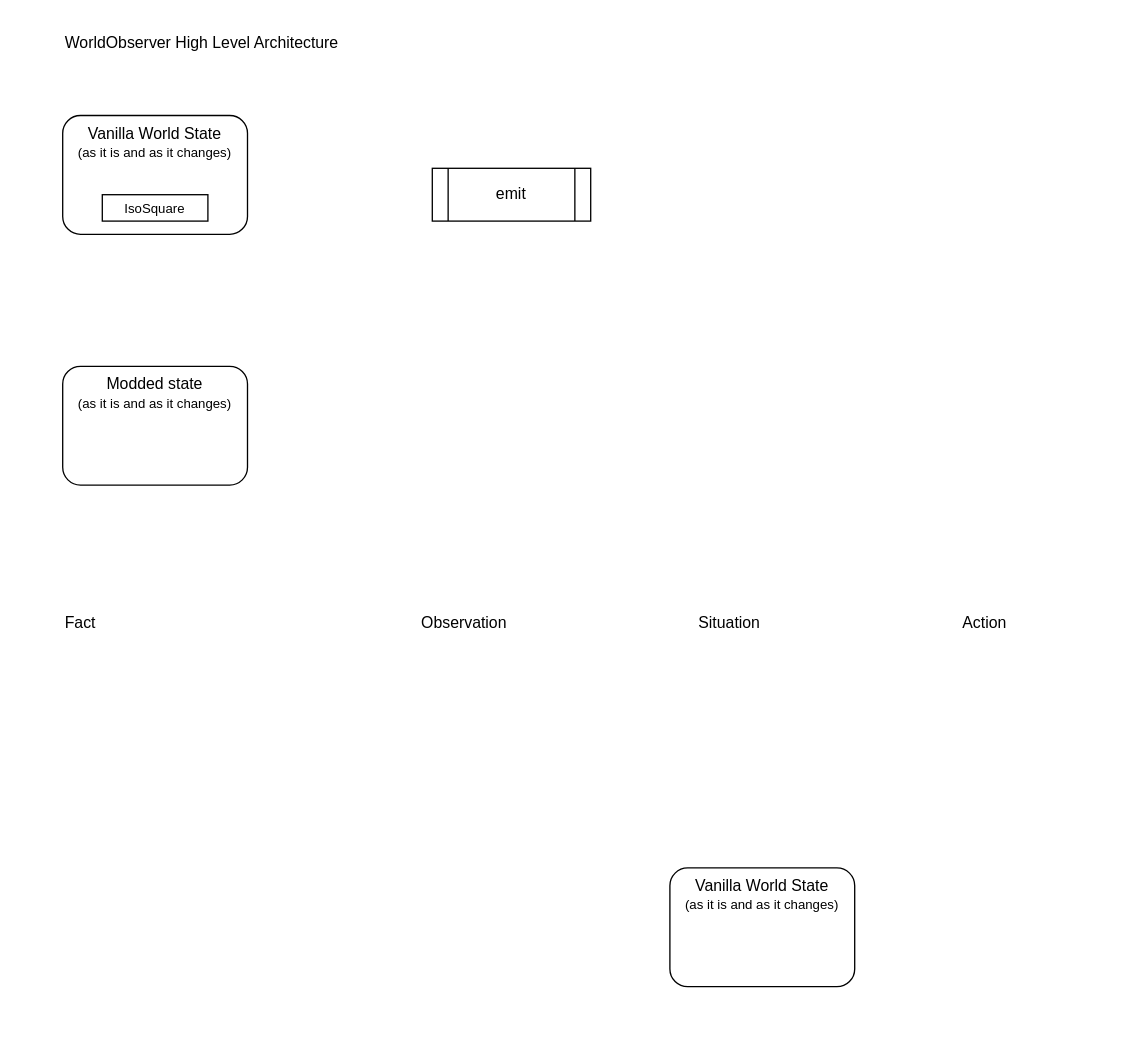
This is docs/diagrams/architecture.drawio from christophstrasen/WorldObserver, a draw.io file, before an edit. Source tidied: cells renumbered, new cells numbered last; positions are measured from the earlier drawing's top-left corner, leaving out a move shared by most shapes. Both pictures are drawn from the tidied source at 132%, with x=0, y=0 at pixel (62, 22).
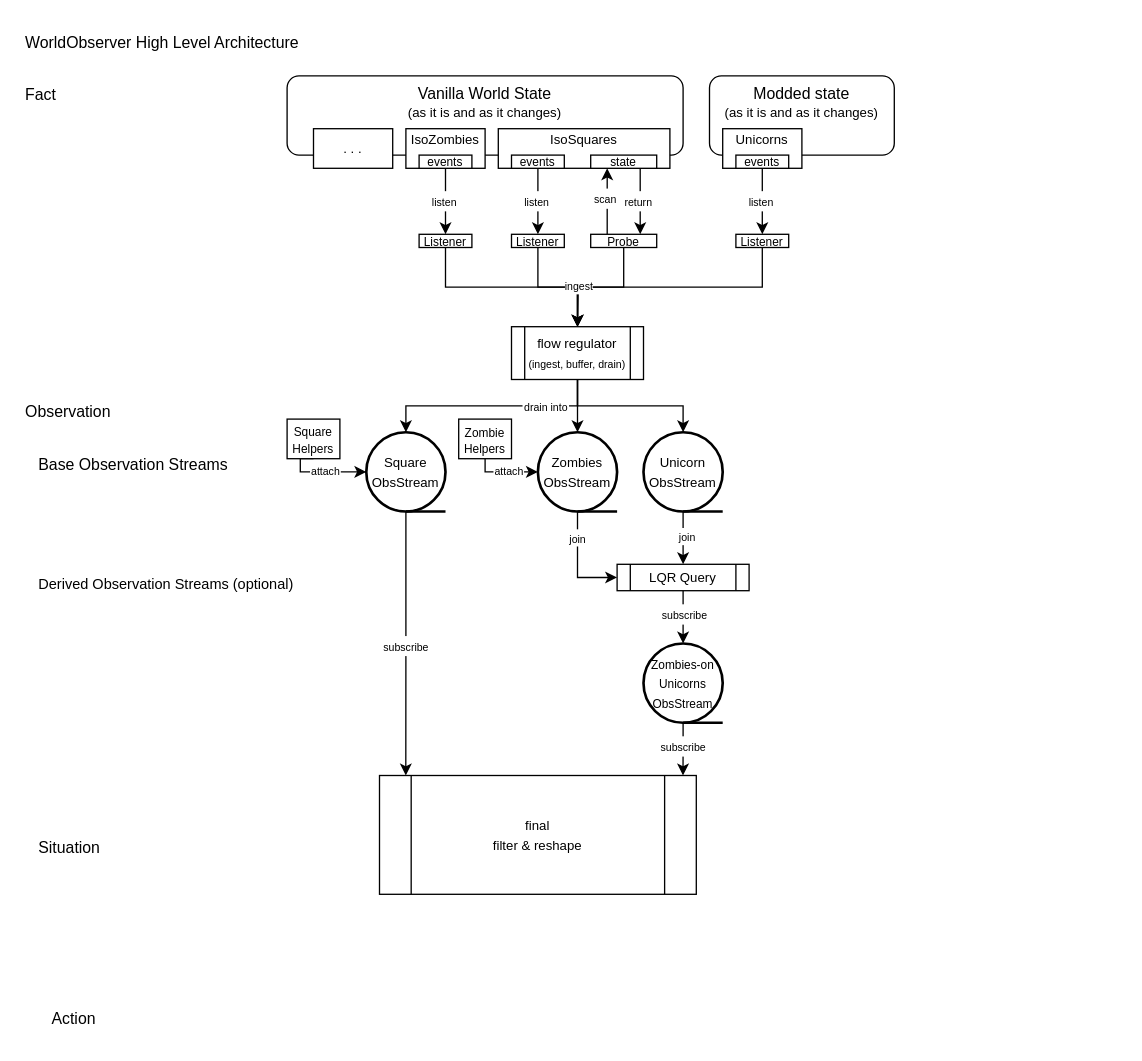
Above is the later version.

Commit message (it also covers changes not shown here):
Progress on architecture diagram

What changed in the source:
```diff
@@
     <mxCell id="2" value="WorldObserver High Level Architecture" style="text;html=1;align=left;verticalAlign=middle;whiteSpace=wrap;rounded=0;" parent="1" vertex="1">
-      <mxGeometry width="290" height="30" as="geometry" />
+      <mxGeometry x="-30" width="290" height="30" as="geometry" />
     </mxCell>
     <mxCell id="3" value="Vanilla World State&lt;div&gt;&lt;div&gt;&lt;font style=&quot;font-size: 10px;&quot;&gt;(as it is and as it changes)&lt;/font&gt;&lt;/div&gt;&lt;/div&gt;" style="rounded=1;whiteSpace=wrap;html=1;verticalAlign=top;" parent="1" vertex="1">
-      <mxGeometry y="70" width="140" height="90" as="geometry" />
+      <mxGeometry x="170" y="40" width="300" height="60" as="geometry" />
     </mxCell>
     <mxCell id="4" value="Fact" style="text;html=1;align=left;verticalAlign=middle;whiteSpace=wrap;rounded=0;" parent="1" vertex="1">
-      <mxGeometry y="440" width="120" height="30" as="geometry" />
+      <mxGeometry x="-30" y="40" width="120" height="30" as="geometry" />
     </mxCell>
     <mxCell id="5" value="Observation" style="text;html=1;align=left;verticalAlign=middle;whiteSpace=wrap;rounded=0;" parent="1" vertex="1">
-      <mxGeometry x="270" y="440" width="120" height="30" as="geometry" />
+      <mxGeometry x="-30" y="280" width="120" height="30" as="geometry" />
     </mxCell>
     <mxCell id="6" value="Situation" style="text;html=1;align=left;verticalAlign=middle;whiteSpace=wrap;rounded=0;" parent="1" vertex="1">
-      <mxGeometry x="480" y="440" width="120" height="30" as="geometry" />
+      <mxGeometry x="-20" y="610" width="70" height="30" as="geometry" />
     </mxCell>
     <mxCell id="7" value="Action" style="text;html=1;align=left;verticalAlign=middle;whiteSpace=wrap;rounded=0;" parent="1" vertex="1">
-      <mxGeometry x="680" y="440" width="120" height="30" as="geometry" />
+      <mxGeometry x="-10" y="740" width="50" height="30" as="geometry" />
     </mxCell>
     <mxCell id="8" value="Modded state&lt;div&gt;&lt;span style=&quot;font-size: 10px;&quot;&gt;(as it is and as it changes)&lt;/span&gt;&lt;/div&gt;" style="rounded=1;whiteSpace=wrap;html=1;verticalAlign=top;" parent="1" vertex="1">
-      <mxGeometry y="260" width="140" height="90" as="geometry" />
+      <mxGeometry x="490" y="40" width="140" height="60" as="geometry" />
     </mxCell>
-    <mxCell id="9" value="&lt;font style=&quot;font-size: 10px;&quot;&gt;IsoSquare&lt;/font&gt;" style="rounded=0;whiteSpace=wrap;html=1;" parent="1" vertex="1">
-      <mxGeometry x="30" y="130" width="80" height="20" as="geometry" />
+    <mxCell id="9" value="&lt;font style=&quot;font-size: 10px;&quot;&gt;IsoSquares&lt;/font&gt;&lt;div&gt;&lt;font style=&quot;font-size: 10px;&quot;&gt;&lt;br&gt;&lt;/font&gt;&lt;/div&gt;" style="rounded=0;whiteSpace=wrap;html=1;" parent="1" vertex="1">
+      <mxGeometry x="330" y="80" width="130" height="30" as="geometry" />
     </mxCell>
-    <mxCell id="10" value="Vanilla World State&lt;div&gt;&lt;div&gt;&lt;font style=&quot;font-size: 10px;&quot;&gt;(as it is and as it changes)&lt;/font&gt;&lt;/div&gt;&lt;/div&gt;" style="rounded=1;whiteSpace=wrap;html=1;verticalAlign=top;" parent="1" vertex="1">
-      <mxGeometry x="460" y="640" width="140" height="90" as="geometry" />
-    </mxCell>
-    <mxCell id="11" value="emit" style="shape=process;whiteSpace=wrap;html=1;backgroundOutline=1;" parent="1" vertex="1">
-      <mxGeometry x="280" y="110" width="120" height="40" as="geometry" />
+    <mxCell id="11" value="&lt;div&gt;&lt;span style=&quot;background-color: transparent; color: light-dark(rgb(0, 0, 0), rgb(255, 255, 255));&quot;&gt;&lt;font style=&quot;font-size: 10px;&quot;&gt;flow regulator&lt;/font&gt;&lt;/span&gt;&lt;/div&gt;&lt;div&gt;&lt;span style=&quot;background-color: transparent; color: light-dark(rgb(0, 0, 0), rgb(255, 255, 255));&quot;&gt;&lt;font style=&quot;font-size: 8px;&quot;&gt;(ingest, buffer, drain)&lt;/font&gt;&lt;/span&gt;&lt;/div&gt;" style="shape=process;whiteSpace=wrap;html=1;backgroundOutline=1;" parent="1" vertex="1">
+      <mxGeometry x="340" y="230" width="100" height="40" as="geometry" />
     </mxCell>
+    <mxCell id="12" value="&lt;div&gt;&lt;font style=&quot;font-size: 9px;&quot;&gt;Listener&lt;/font&gt;&lt;/div&gt;" style="rounded=0;whiteSpace=wrap;html=1;" parent="1" vertex="1">
+      <mxGeometry x="340" y="160" width="40" height="10" as="geometry" />
+    </mxCell>
+    <mxCell id="13" value="&lt;font style=&quot;font-size: 9px;&quot;&gt;Probe&lt;/font&gt;" style="rounded=0;whiteSpace=wrap;html=1;" parent="1" vertex="1">
+      <mxGeometry x="400" y="160" width="50" height="10" as="geometry" />
+    </mxCell>
+    <mxCell id="14" value="&lt;font style=&quot;font-size: 10px;&quot;&gt;Zombies&lt;/font&gt;&lt;div&gt;&lt;span style=&quot;font-size: 10px;&quot;&gt;ObsStream&lt;/span&gt;&lt;/div&gt;" style="strokeWidth=2;html=1;shape=mxgraph.flowchart.sequential_data;whiteSpace=wrap;" parent="1" vertex="1">
+      <mxGeometry x="360" y="310" width="60" height="60" as="geometry" />
+    </mxCell>
+    <mxCell id="15" style="edgeStyle=orthogonalEdgeStyle;rounded=0;jettySize=auto;html=1;exitX=0.5;exitY=1;exitDx=0;exitDy=0;" parent="1" edge="1" source="17">
+      <mxGeometry relative="1" as="geometry">
+        <mxPoint x="360" y="160" as="targetPoint" />
+      </mxGeometry>
+    </mxCell>
+    <mxCell id="16" value="&lt;span style=&quot;font-size: 8px;&quot;&gt;listen&lt;/span&gt;" style="edgeLabel;html=1;align=center;verticalAlign=middle;spacing=2;spacingBottom=5;spacingRight=0;labelBorderColor=light-dark(#FFFFFF,#EDEDED);" parent="15" vertex="1">
+      <mxGeometry x="0.05" relative="1" as="geometry">
+        <mxPoint x="-2" y="1" as="offset" />
+      </mxGeometry>
+    </mxCell>
+    <mxCell id="17" value="&lt;div&gt;&lt;font style=&quot;font-size: 9px;&quot;&gt;events&lt;/font&gt;&lt;/div&gt;" style="rounded=0;whiteSpace=wrap;html=1;" parent="1" vertex="1">
+      <mxGeometry x="340" y="100" width="40" height="10" as="geometry" />
+    </mxCell>
+    <mxCell id="18" value="&lt;div&gt;&lt;font style=&quot;font-size: 9px;&quot;&gt;state&lt;/font&gt;&lt;/div&gt;" style="rounded=0;whiteSpace=wrap;html=1;" parent="1" vertex="1">
+      <mxGeometry x="400" y="100" width="50" height="10" as="geometry" />
+    </mxCell>
+    <mxCell id="19" style="edgeStyle=orthogonalEdgeStyle;rounded=0;jettySize=auto;html=1;exitX=0.75;exitY=1;exitDx=0;exitDy=0;entryX=0.75;entryY=0;entryDx=0;entryDy=0;" parent="1" edge="1" source="18" target="13">
+      <mxGeometry relative="1" as="geometry" />
+    </mxCell>
+    <mxCell id="20" value="&lt;span style=&quot;font-size: 8px;&quot;&gt;return&lt;/span&gt;" style="edgeLabel;html=1;align=center;verticalAlign=middle;spacing=2;spacingBottom=5;spacingRight=0;labelBorderColor=light-dark(#FFFFFF,#EDEDED);" parent="19" vertex="1">
+      <mxGeometry x="0.05" relative="1" as="geometry">
+        <mxPoint x="-2" y="1" as="offset" />
+      </mxGeometry>
+    </mxCell>
+    <mxCell id="21" style="edgeStyle=orthogonalEdgeStyle;rounded=0;jettySize=auto;html=1;exitX=0.25;exitY=0;exitDx=0;exitDy=0;entryX=0.25;entryY=1;entryDx=0;entryDy=0;" parent="1" edge="1" source="13" target="18">
+      <mxGeometry relative="1" as="geometry" />
+    </mxCell>
+    <mxCell id="22" value="&lt;span style=&quot;font-size: 8px;&quot;&gt;scan&lt;/span&gt;" style="edgeLabel;html=1;align=center;verticalAlign=middle;spacing=2;spacingBottom=5;spacingRight=0;labelBorderColor=light-dark(#FFFFFF,#EDEDED);" parent="21" vertex="1">
+      <mxGeometry x="0.05" relative="1" as="geometry">
+        <mxPoint x="-2" y="1" as="offset" />
+      </mxGeometry>
+    </mxCell>
+    <mxCell id="23" style="edgeStyle=orthogonalEdgeStyle;rounded=0;jettySize=auto;html=1;entryX=0.5;entryY=0;entryDx=0;entryDy=0;exitX=0.5;exitY=1;exitDx=0;exitDy=0;" parent="1" edge="1" source="12" target="11">
+      <mxGeometry relative="1" as="geometry" />
+    </mxCell>
+    <mxCell id="24" style="edgeStyle=orthogonalEdgeStyle;rounded=0;jettySize=auto;html=1;entryX=0.5;entryY=0;entryDx=0;entryDy=0;exitX=0.5;exitY=1;exitDx=0;exitDy=0;" parent="1" edge="1" source="13" target="11">
+      <mxGeometry relative="1" as="geometry" />
+    </mxCell>
+    <mxCell id="25" style="edgeStyle=orthogonalEdgeStyle;rounded=0;jettySize=auto;html=1;exitX=0.5;exitY=1;exitDx=0;exitDy=0;entryX=0.5;entryY=0;entryDx=0;entryDy=0;entryPerimeter=0;" parent="1" edge="1" source="11" target="14">
+      <mxGeometry relative="1" as="geometry" />
+    </mxCell>
+    <mxCell id="26" value="&lt;div&gt;&lt;span style=&quot;background-color: transparent; color: light-dark(rgb(0, 0, 0), rgb(255, 255, 255));&quot;&gt;&lt;font style=&quot;font-size: 10px;&quot;&gt;final&lt;/font&gt;&lt;/span&gt;&lt;/div&gt;&lt;div&gt;&lt;span style=&quot;background-color: transparent; color: light-dark(rgb(0, 0, 0), rgb(255, 255, 255));&quot;&gt;&lt;font style=&quot;font-size: 10px;&quot;&gt;filter &amp;amp; reshape&lt;/font&gt;&lt;/span&gt;&lt;/div&gt;" style="shape=process;whiteSpace=wrap;html=1;backgroundOutline=1;" parent="1" vertex="1">
+      <mxGeometry x="240" y="570" width="240" height="90" as="geometry" />
+    </mxCell>
+    <mxCell id="27" value="&lt;font style=&quot;font-size: 10px;&quot;&gt;IsoZombies&lt;/font&gt;&lt;div&gt;&lt;font style=&quot;font-size: 10px;&quot;&gt;&lt;br&gt;&lt;/font&gt;&lt;/div&gt;" style="rounded=0;whiteSpace=wrap;html=1;" parent="1" vertex="1">
+      <mxGeometry x="260" y="80" width="60" height="30" as="geometry" />
+    </mxCell>
+    <mxCell id="28" value="&lt;div&gt;&lt;font style=&quot;font-size: 10px;&quot;&gt;. . .&lt;/font&gt;&lt;/div&gt;" style="rounded=0;whiteSpace=wrap;html=1;" parent="1" vertex="1">
+      <mxGeometry x="190" y="80" width="60" height="30" as="geometry" />
+    </mxCell>
+    <mxCell id="29" value="&lt;font style=&quot;font-size: 10px;&quot;&gt;Unicorns&lt;/font&gt;&lt;div&gt;&lt;font style=&quot;font-size: 10px;&quot;&gt;&lt;br&gt;&lt;/font&gt;&lt;/div&gt;" style="rounded=0;whiteSpace=wrap;html=1;" parent="1" vertex="1">
+      <mxGeometry x="500" y="80" width="60" height="30" as="geometry" />
+    </mxCell>
+    <mxCell id="30" value="&lt;font style=&quot;font-size: 10px;&quot;&gt;Square&lt;/font&gt;&lt;div&gt;&lt;font style=&quot;font-size: 10px;&quot;&gt;ObsStream&lt;/font&gt;&lt;/div&gt;" style="strokeWidth=2;html=1;shape=mxgraph.flowchart.sequential_data;whiteSpace=wrap;" parent="1" vertex="1">
+      <mxGeometry x="230" y="310" width="60" height="60" as="geometry" />
+    </mxCell>
+    <mxCell id="31" value="Base Observation Streams" style="text;html=1;align=left;verticalAlign=middle;whiteSpace=wrap;rounded=0;" parent="1" vertex="1">
+      <mxGeometry x="-20" y="320" width="160" height="30" as="geometry" />
+    </mxCell>
+    <mxCell id="32" value="&lt;font style=&quot;text-align: center; font-size: 11px;&quot;&gt;Derived&amp;nbsp;&lt;/font&gt;&lt;span style=&quot;font-size: 11px; text-align: center; background-color: transparent; color: light-dark(rgb(0, 0, 0), rgb(255, 255, 255));&quot;&gt;Observation Streams (optional)&lt;/span&gt;" style="text;html=1;align=left;verticalAlign=middle;whiteSpace=wrap;rounded=0;" parent="1" vertex="1">
+      <mxGeometry x="-20" y="410" width="200" height="30" as="geometry" />
+    </mxCell>
+    <mxCell id="33" value="&lt;font style=&quot;font-size: 10px;&quot;&gt;Unicorn&lt;/font&gt;&lt;div&gt;&lt;span style=&quot;font-size: 10px;&quot;&gt;ObsStream&lt;/span&gt;&lt;/div&gt;" style="strokeWidth=2;html=1;shape=mxgraph.flowchart.sequential_data;whiteSpace=wrap;" parent="1" vertex="1">
+      <mxGeometry x="440" y="310" width="60" height="60" as="geometry" />
+    </mxCell>
+    <mxCell id="34" value="&lt;div&gt;&lt;font style=&quot;font-size: 9px;&quot;&gt;Listener&lt;/font&gt;&lt;/div&gt;" style="rounded=0;whiteSpace=wrap;html=1;" parent="1" vertex="1">
+      <mxGeometry x="270" y="160" width="40" height="10" as="geometry" />
+    </mxCell>
+    <mxCell id="35" value="&lt;div&gt;&lt;font style=&quot;font-size: 9px;&quot;&gt;events&lt;/font&gt;&lt;/div&gt;" style="rounded=0;whiteSpace=wrap;html=1;" parent="1" vertex="1">
+      <mxGeometry x="270" y="100" width="40" height="10" as="geometry" />
+    </mxCell>
+    <mxCell id="36" style="edgeStyle=orthogonalEdgeStyle;rounded=0;jettySize=auto;html=1;exitX=0.5;exitY=1;exitDx=0;exitDy=0;entryX=0.5;entryY=0;entryDx=0;entryDy=0;" parent="1" edge="1" source="35" target="34">
+      <mxGeometry relative="1" as="geometry" />
+    </mxCell>
+    <mxCell id="37" value="&lt;span style=&quot;font-size: 8px;&quot;&gt;listen&lt;/span&gt;" style="edgeLabel;html=1;align=center;verticalAlign=middle;spacing=2;spacingBottom=5;spacingRight=0;labelBorderColor=light-dark(#FFFFFF,#EDEDED);" parent="36" vertex="1">
+      <mxGeometry x="0.05" relative="1" as="geometry">
+        <mxPoint x="-2" y="1" as="offset" />
+      </mxGeometry>
+    </mxCell>
+    <mxCell id="38" style="edgeStyle=orthogonalEdgeStyle;rounded=0;jettySize=auto;html=1;entryX=0.5;entryY=0;entryDx=0;entryDy=0;exitX=0.5;exitY=1;exitDx=0;exitDy=0;" parent="1" edge="1" source="34" target="11">
+      <mxGeometry relative="1" as="geometry" />
+    </mxCell>
+    <mxCell id="39" value="&lt;div&gt;&lt;font style=&quot;font-size: 9px;&quot;&gt;events&lt;/font&gt;&lt;/div&gt;" style="rounded=0;whiteSpace=wrap;html=1;" parent="1" vertex="1">
+      <mxGeometry x="510" y="100" width="40" height="10" as="geometry" />
+    </mxCell>
+    <mxCell id="40" value="&lt;div&gt;&lt;font style=&quot;font-size: 9px;&quot;&gt;Listener&lt;/font&gt;&lt;/div&gt;" style="rounded=0;whiteSpace=wrap;html=1;" parent="1" vertex="1">
+      <mxGeometry x="510" y="160" width="40" height="10" as="geometry" />
+    </mxCell>
+    <mxCell id="41" style="edgeStyle=orthogonalEdgeStyle;rounded=0;jettySize=auto;html=1;exitX=0.5;exitY=1;exitDx=0;exitDy=0;entryX=0.5;entryY=0;entryDx=0;entryDy=0;" parent="1" edge="1" source="39" target="40">
+      <mxGeometry relative="1" as="geometry" />
+    </mxCell>
+    <mxCell id="42" value="&lt;span style=&quot;font-size: 8px;&quot;&gt;listen&lt;/span&gt;" style="edgeLabel;html=1;align=center;verticalAlign=middle;spacing=2;spacingBottom=5;spacingRight=0;labelBorderColor=light-dark(#FFFFFF,#EDEDED);" parent="41" vertex="1">
+      <mxGeometry x="0.05" relative="1" as="geometry">
+        <mxPoint x="-2" y="1" as="offset" />
+      </mxGeometry>
+    </mxCell>
+    <mxCell id="43" style="edgeStyle=orthogonalEdgeStyle;rounded=0;jettySize=auto;html=1;exitX=0.5;exitY=1;exitDx=0;exitDy=0;" parent="1" edge="1" source="40">
+      <mxGeometry relative="1" as="geometry">
+        <mxPoint x="390" y="230" as="targetPoint" />
+      </mxGeometry>
+    </mxCell>
+    <mxCell id="44" value="&lt;span style=&quot;font-size: 8px;&quot;&gt;ingest&lt;/span&gt;" style="edgeLabel;html=1;align=center;verticalAlign=middle;spacingBottom=4;" parent="43" vertex="1">
+      <mxGeometry x="-0.17" relative="1" as="geometry">
+        <mxPoint x="-87" as="offset" />
+      </mxGeometry>
+    </mxCell>
+    <mxCell id="45" style="edgeStyle=orthogonalEdgeStyle;rounded=0;jettySize=auto;html=1;entryX=0.5;entryY=0;entryDx=0;entryDy=0;entryPerimeter=0;" parent="1" edge="1" target="33">
+      <mxGeometry relative="1" as="geometry">
+        <mxPoint x="390" y="270" as="sourcePoint" />
+        <Array as="points">
+          <mxPoint x="390" y="290" />
+          <mxPoint x="470" y="290" />
+        </Array>
+      </mxGeometry>
+    </mxCell>
+    <mxCell id="46" style="edgeStyle=orthogonalEdgeStyle;rounded=0;jettySize=auto;html=1;exitX=0.5;exitY=1;exitDx=0;exitDy=0;entryX=0.5;entryY=0;entryDx=0;entryDy=0;entryPerimeter=0;" parent="1" edge="1" source="11" target="30">
+      <mxGeometry relative="1" as="geometry">
+        <Array as="points">
+          <mxPoint x="390" y="290" />
+          <mxPoint x="260" y="290" />
+        </Array>
+      </mxGeometry>
+    </mxCell>
+    <mxCell id="47" value="&lt;font style=&quot;font-size: 8px;&quot;&gt;drain into&lt;/font&gt;" style="edgeLabel;html=1;align=center;verticalAlign=middle;labelBorderColor=light-dark(#ffffff, #ededed);" parent="46" vertex="1">
+      <mxGeometry y="-1" relative="1" as="geometry">
+        <mxPoint x="40" as="offset" />
+      </mxGeometry>
+    </mxCell>
+    <mxCell id="48" value="&lt;font style=&quot;font-size: 9px;&quot;&gt;Zombies-&lt;/font&gt;&lt;span style=&quot;font-size: 9px; background-color: transparent; color: light-dark(rgb(0, 0, 0), rgb(255, 255, 255));&quot;&gt;on&lt;/span&gt;&lt;div&gt;&lt;font style=&quot;font-size: 9px;&quot;&gt;Unicorns&lt;/font&gt;&lt;/div&gt;&lt;div&gt;&lt;div&gt;&lt;font style=&quot;font-size: 9px;&quot;&gt;ObsStream&lt;/font&gt;&lt;/div&gt;&lt;/div&gt;" style="strokeWidth=2;html=1;shape=mxgraph.flowchart.sequential_data;whiteSpace=wrap;" parent="1" vertex="1">
+      <mxGeometry x="440" y="470" width="60" height="60" as="geometry" />
+    </mxCell>
+    <mxCell id="49" value="&lt;div&gt;&lt;span style=&quot;font-size: 10px;&quot;&gt;LQR Query&lt;/span&gt;&lt;/div&gt;" style="shape=process;whiteSpace=wrap;html=1;backgroundOutline=1;" parent="1" vertex="1">
+      <mxGeometry x="420" y="410" width="100" height="20" as="geometry" />
+    </mxCell>
+    <mxCell id="50" style="edgeStyle=orthogonalEdgeStyle;rounded=0;jettySize=auto;html=1;exitX=0.5;exitY=1;exitDx=0;exitDy=0;exitPerimeter=0;entryX=0.5;entryY=0;entryDx=0;entryDy=0;" parent="1" edge="1" source="33" target="49">
+      <mxGeometry relative="1" as="geometry" />
+    </mxCell>
+    <mxCell id="51" value="&lt;font style=&quot;font-size: 8px;&quot;&gt;join&lt;/font&gt;" style="edgeLabel;html=1;align=center;verticalAlign=middle;" parent="50" vertex="1">
+      <mxGeometry x="-0.12" y="2" relative="1" as="geometry" />
+    </mxCell>
+    <mxCell id="52" style="edgeStyle=orthogonalEdgeStyle;rounded=0;jettySize=auto;html=1;exitX=0.5;exitY=1;exitDx=0;exitDy=0;exitPerimeter=0;entryX=0;entryY=0.5;entryDx=0;entryDy=0;" parent="1" edge="1" source="14" target="49">
+      <mxGeometry relative="1" as="geometry" />
+    </mxCell>
+    <mxCell id="53" value="&lt;font style=&quot;font-size: 8px;&quot;&gt;join&lt;/font&gt;" style="edgeLabel;html=1;align=center;verticalAlign=middle;" parent="52" vertex="1">
+      <mxGeometry x="-0.52" y="-1" relative="1" as="geometry" />
+    </mxCell>
+    <mxCell id="54" style="edgeStyle=orthogonalEdgeStyle;rounded=0;jettySize=auto;html=1;exitX=0.5;exitY=1;exitDx=0;exitDy=0;entryX=0.5;entryY=0;entryDx=0;entryDy=0;entryPerimeter=0;" parent="1" edge="1" source="49" target="48">
+      <mxGeometry relative="1" as="geometry" />
+    </mxCell>
+    <mxCell id="55" value="&lt;span style=&quot;font-size: 8px;&quot;&gt;subscribe&lt;/span&gt;" style="edgeLabel;html=1;align=center;verticalAlign=middle;spacing=2;spacingBottom=5;spacingRight=0;labelBorderColor=light-dark(#FFFFFF,#EDEDED);" parent="54" vertex="1">
+      <mxGeometry x="0.05" relative="1" as="geometry">
+        <mxPoint y="-1" as="offset" />
+      </mxGeometry>
+    </mxCell>
+    <mxCell id="56" style="edgeStyle=orthogonalEdgeStyle;rounded=0;jettySize=auto;html=1;exitX=0.5;exitY=1;exitDx=0;exitDy=0;entryX=0.083;entryY=0;entryDx=0;entryDy=0;entryPerimeter=0;exitPerimeter=0;" parent="1" edge="1" source="30" target="26">
+      <mxGeometry relative="1" as="geometry" />
+    </mxCell>
+    <mxCell id="57" value="&lt;span style=&quot;font-size: 8px;&quot;&gt;subscribe&lt;/span&gt;" style="edgeLabel;html=1;align=center;verticalAlign=middle;spacing=2;spacingBottom=5;spacingRight=0;labelBorderColor=light-dark(#FFFFFF,#EDEDED);" parent="56" vertex="1">
+      <mxGeometry x="0.05" relative="1" as="geometry">
+        <mxPoint y="-1" as="offset" />
+      </mxGeometry>
+    </mxCell>
+    <mxCell id="58" style="edgeStyle=orthogonalEdgeStyle;rounded=0;jettySize=auto;html=1;exitX=0.5;exitY=1;exitDx=0;exitDy=0;entryX=0.958;entryY=0;entryDx=0;entryDy=0;exitPerimeter=0;entryPerimeter=0;" parent="1" edge="1" source="48" target="26">
+      <mxGeometry relative="1" as="geometry" />
+    </mxCell>
+    <mxCell id="59" value="&lt;span style=&quot;font-size: 8px;&quot;&gt;subscribe&lt;/span&gt;" style="edgeLabel;html=1;align=center;verticalAlign=middle;spacing=2;spacingBottom=5;spacingRight=0;labelBorderColor=light-dark(#FFFFFF,#EDEDED);" parent="58" vertex="1">
+      <mxGeometry x="0.05" relative="1" as="geometry">
+        <mxPoint y="-1" as="offset" />
+      </mxGeometry>
+    </mxCell>
+    <mxCell id="60" value="&lt;div style=&quot;line-height: 100%;&quot;&gt;&lt;div&gt;&lt;font style=&quot;font-size: 9px; line-height: 100%;&quot;&gt;Zombie&lt;/font&gt;&lt;/div&gt;&lt;div&gt;&lt;font style=&quot;font-size: 9px; line-height: 100%;&quot;&gt;Helpers&lt;/font&gt;&lt;/div&gt;&lt;/div&gt;" style="rounded=0;whiteSpace=wrap;html=1;" parent="1" vertex="1">
+      <mxGeometry x="300" y="300" width="40" height="30" as="geometry" />
+    </mxCell>
+    <mxCell id="61" style="edgeStyle=orthogonalEdgeStyle;rounded=0;jettySize=auto;html=1;exitX=0.5;exitY=1;exitDx=0;exitDy=0;entryX=0;entryY=0.5;entryDx=0;entryDy=0;entryPerimeter=0;" parent="1" edge="1" source="63" target="30">
+      <mxGeometry relative="1" as="geometry">
+        <Array as="points">
+          <mxPoint x="180" y="340" />
+        </Array>
+      </mxGeometry>
+    </mxCell>
+    <mxCell id="62" value="&lt;span style=&quot;font-size: 8px;&quot;&gt;attach&lt;/span&gt;" style="edgeLabel;html=1;align=center;verticalAlign=middle;spacing=2;spacingBottom=5;spacingRight=0;labelBorderColor=light-dark(#FFFFFF,#EDEDED);" parent="61" vertex="1">
+      <mxGeometry x="0.05" relative="1" as="geometry">
+        <mxPoint x="1" y="1" as="offset" />
+      </mxGeometry>
+    </mxCell>
+    <mxCell id="63" value="&lt;div style=&quot;line-height: 100%;&quot;&gt;&lt;div&gt;&lt;span style=&quot;font-size: 9px; background-color: transparent; color: light-dark(rgb(0, 0, 0), rgb(255, 255, 255));&quot;&gt;Square&lt;/span&gt;&lt;/div&gt;&lt;div&gt;&lt;span style=&quot;font-size: 9px; background-color: transparent; color: light-dark(rgb(0, 0, 0), rgb(255, 255, 255));&quot;&gt;Helpers&lt;/span&gt;&lt;/div&gt;&lt;/div&gt;" style="rounded=0;whiteSpace=wrap;html=1;" parent="1" vertex="1">
+      <mxGeometry x="170" y="300" width="40" height="30" as="geometry" />
+    </mxCell>
+    <mxCell id="64" style="edgeStyle=orthogonalEdgeStyle;rounded=0;jettySize=auto;html=1;exitX=0.5;exitY=1;exitDx=0;exitDy=0;entryX=0;entryY=0.5;entryDx=0;entryDy=0;entryPerimeter=0;" parent="1" edge="1" source="60" target="14">
+      <mxGeometry relative="1" as="geometry">
+        <Array as="points">
+          <mxPoint x="320" y="340" />
+        </Array>
+      </mxGeometry>
+    </mxCell>
+    <mxCell id="65" value="&lt;span style=&quot;font-size: 8px;&quot;&gt;attach&lt;/span&gt;" style="edgeLabel;html=1;align=center;verticalAlign=middle;spacing=2;spacingBottom=5;spacingRight=0;labelBorderColor=light-dark(#FFFFFF,#EDEDED);" parent="64" vertex="1">
+      <mxGeometry x="0.05" relative="1" as="geometry">
+        <mxPoint x="1" y="1" as="offset" />
+      </mxGeometry>
+    </mxCell>
```
